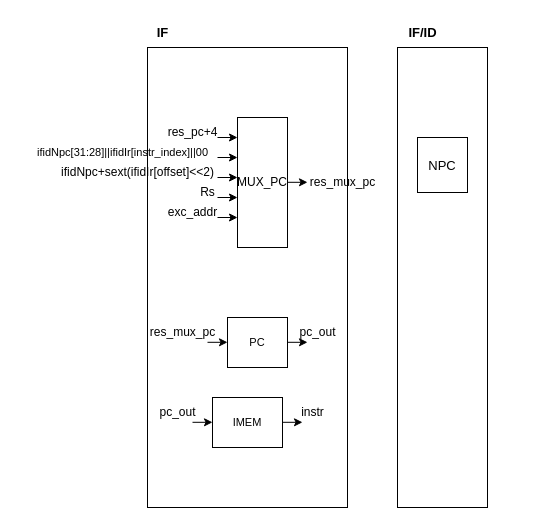
Raxio-Z/VGA_Game keeps this draw.io diagram as 未命名绘图.drawio. Above is the earlier version. Source tidied: cells renumbered, new cells numbered last; positions are measured from the earlier drawing's top-left corner, leaving out a move shared by most shapes. Both pictures are drawn from the tidied source at 100%, with x=0, y=0 at pixel (17, 17).
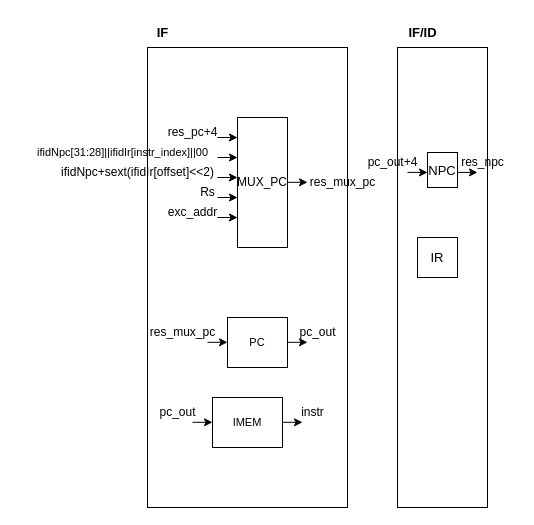
The same diagram, later.

Commit message:
更新未命名绘图.drawio

Diff of the diagram source:
```diff
@@
     <mxCell id="29" value="NPC" style="rounded=0;whiteSpace=wrap;html=1;fontSize=13;" parent="1" vertex="1">
-      <mxGeometry x="400" y="120" width="50" height="55" as="geometry" />
+      <mxGeometry x="410" y="135" width="30" height="35" as="geometry" />
     </mxCell>
+    <mxCell id="30" style="edgeStyle=none;orthogonalLoop=1;jettySize=auto;html=1;rounded=0;" parent="1" edge="1">
+      <mxGeometry relative="1" as="geometry">
+        <mxPoint x="390" y="154.9" as="sourcePoint" />
+        <mxPoint x="410" y="154.9" as="targetPoint" />
+      </mxGeometry>
+    </mxCell>
+    <mxCell id="31" value="pc_out+4" style="text;html=1;align=center;verticalAlign=middle;fillColor=none;strokeColor=none;rounded=0;" parent="1" vertex="1">
+      <mxGeometry x="340" y="130" width="70" height="30" as="geometry" />
+    </mxCell>
+    <mxCell id="32" style="edgeStyle=none;orthogonalLoop=1;jettySize=auto;html=1;rounded=0;" parent="1" edge="1">
+      <mxGeometry relative="1" as="geometry">
+        <mxPoint x="440" y="154.9" as="sourcePoint" />
+        <mxPoint x="460" y="154.9" as="targetPoint" />
+      </mxGeometry>
+    </mxCell>
+    <mxCell id="33" value="res_npc" style="text;html=1;align=center;verticalAlign=middle;fillColor=none;strokeColor=none;rounded=0;" parent="1" vertex="1">
+      <mxGeometry x="430" y="130" width="70" height="30" as="geometry" />
+    </mxCell>
+    <mxCell id="34" value="IR" style="rounded=0;whiteSpace=wrap;html=1;fontSize=13;" parent="1" vertex="1">
+      <mxGeometry x="400" y="220" width="40" height="40" as="geometry" />
+    </mxCell>
```
